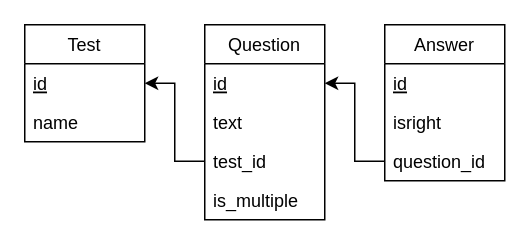
opadfnezig/WebTest keeps this draw.io diagram as Untitled Diagram.drawio. Above is the earlier version. Source tidied: cells renumbered, new cells numbered last; positions are measured from the earlier drawing's top-left corner, leaving out a move shared by most shapes. Both pictures are drawn from the tidied source at 150%, with x=0, y=0 at pixel (24, 24).
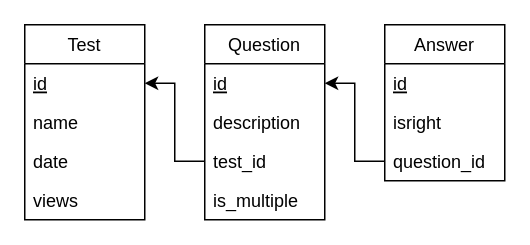
The same diagram, later.

The edit, as a diff of the source:
```diff
@@
 <mxGraphModel>
   <root>
     <mxCell id="0" />
     <mxCell id="1" parent="0" />
     <mxCell id="2" value="Test" style="swimlane;fontStyle=0;horizontal=1;startSize=26;fillColor=none;" parent="1" vertex="1">
-      <mxGeometry width="80" height="78" as="geometry" />
+      <mxGeometry width="80" height="130" as="geometry" />
     </mxCell>
     <mxCell id="3" value="id" style="text;strokeColor=none;fillColor=none;align=left;verticalAlign=top;spacingLeft=4;spacingRight=4;overflow=hidden;points=[[0,0.5],[1,0.5]];portConstraint=eastwest;fontStyle=4;" parent="2" vertex="1">
       <mxGeometry y="26" width="80" height="26" as="geometry" />
     </mxCell>
     <mxCell id="4" value="name" style="text;strokeColor=none;fillColor=none;align=left;verticalAlign=top;spacingLeft=4;spacingRight=4;overflow=hidden;" parent="2" vertex="1">
       <mxGeometry y="52" width="80" height="26" as="geometry" />
     </mxCell>
+    <mxCell id="16" value="date&#10;" style="text;strokeColor=none;fillColor=none;align=left;verticalAlign=top;spacingLeft=4;spacingRight=4;overflow=hidden;" parent="2" vertex="1">
+      <mxGeometry y="78" width="80" height="26" as="geometry" />
+    </mxCell>
+    <mxCell id="17" value="views" style="text;strokeColor=none;fillColor=none;align=left;verticalAlign=top;spacingLeft=4;spacingRight=4;overflow=hidden;" parent="2" vertex="1">
+      <mxGeometry y="104" width="80" height="26" as="geometry" />
+    </mxCell>
     <mxCell id="5" value="Question" style="swimlane;fontStyle=0;horizontal=1;startSize=26;fillColor=none;" parent="1" vertex="1">
       <mxGeometry x="120" width="80" height="130" as="geometry" />
     </mxCell>
     <mxCell id="6" value="id" style="text;strokeColor=none;fillColor=none;align=left;verticalAlign=top;spacingLeft=4;spacingRight=4;overflow=hidden;points=[[0,0.5],[1,0.5]];portConstraint=eastwest;fontStyle=4;" parent="5" vertex="1">
       <mxGeometry y="26" width="80" height="26" as="geometry" />
     </mxCell>
-    <mxCell id="7" value="text" style="text;strokeColor=none;fillColor=none;align=left;verticalAlign=top;spacingLeft=4;spacingRight=4;overflow=hidden;" parent="5" vertex="1">
+    <mxCell id="7" value="description" style="text;strokeColor=none;fillColor=none;align=left;verticalAlign=top;spacingLeft=4;spacingRight=4;overflow=hidden;" parent="5" vertex="1">
       <mxGeometry y="52" width="80" height="26" as="geometry" />
     </mxCell>
     <mxCell id="8" value="test_id&#10;" style="text;strokeColor=none;fillColor=none;align=left;verticalAlign=top;spacingLeft=4;spacingRight=4;overflow=hidden;points=[[0,0.5],[1,0.5]];portConstraint=eastwest;" parent="5" vertex="1">
       <mxGeometry y="78" width="80" height="26" as="geometry" />
     </mxCell>
     <mxCell id="9" value="is_multiple" style="text;strokeColor=none;fillColor=none;align=left;verticalAlign=top;spacingLeft=4;spacingRight=4;overflow=hidden;" parent="5" vertex="1">
       <mxGeometry y="104" width="80" height="26" as="geometry" />
     </mxCell>
     <mxCell id="10" style="edgeStyle=orthogonalEdgeStyle;rounded=0;jettySize=auto;html=1;entryX=1;entryY=0.5;entryDx=0;entryDy=0;" parent="1" edge="1" source="8" target="3">
       <mxGeometry relative="1" as="geometry" />
     </mxCell>
     <mxCell id="11" value="Answer" style="swimlane;fontStyle=0;horizontal=1;startSize=26;fillColor=none;" parent="1" vertex="1">
       <mxGeometry x="240" width="80" height="104" as="geometry" />
     </mxCell>
     <mxCell id="12" value="id" style="text;strokeColor=none;fillColor=none;align=left;verticalAlign=top;spacingLeft=4;spacingRight=4;overflow=hidden;fontStyle=4;" parent="11" vertex="1">
       <mxGeometry y="26" width="80" height="26" as="geometry" />
     </mxCell>
     <mxCell id="13" value="isright" style="text;strokeColor=none;fillColor=none;align=left;verticalAlign=top;spacingLeft=4;spacingRight=4;overflow=hidden;" parent="11" vertex="1">
       <mxGeometry y="52" width="80" height="26" as="geometry" />
     </mxCell>
     <mxCell id="14" value="question_id" style="text;strokeColor=none;fillColor=none;align=left;verticalAlign=top;spacingLeft=4;spacingRight=4;overflow=hidden;points=[[0,0.5],[1,0.5]];portConstraint=eastwest;fontStyle=0;" parent="11" vertex="1">
       <mxGeometry y="78" width="80" height="26" as="geometry" />
     </mxCell>
     <mxCell id="15" style="edgeStyle=orthogonalEdgeStyle;rounded=0;jettySize=auto;html=1;entryX=1;entryY=0.5;entryDx=0;entryDy=0;" parent="1" edge="1" source="14" target="6">
       <mxGeometry relative="1" as="geometry" />
     </mxCell>
   </root>
 </mxGraphModel>
```
